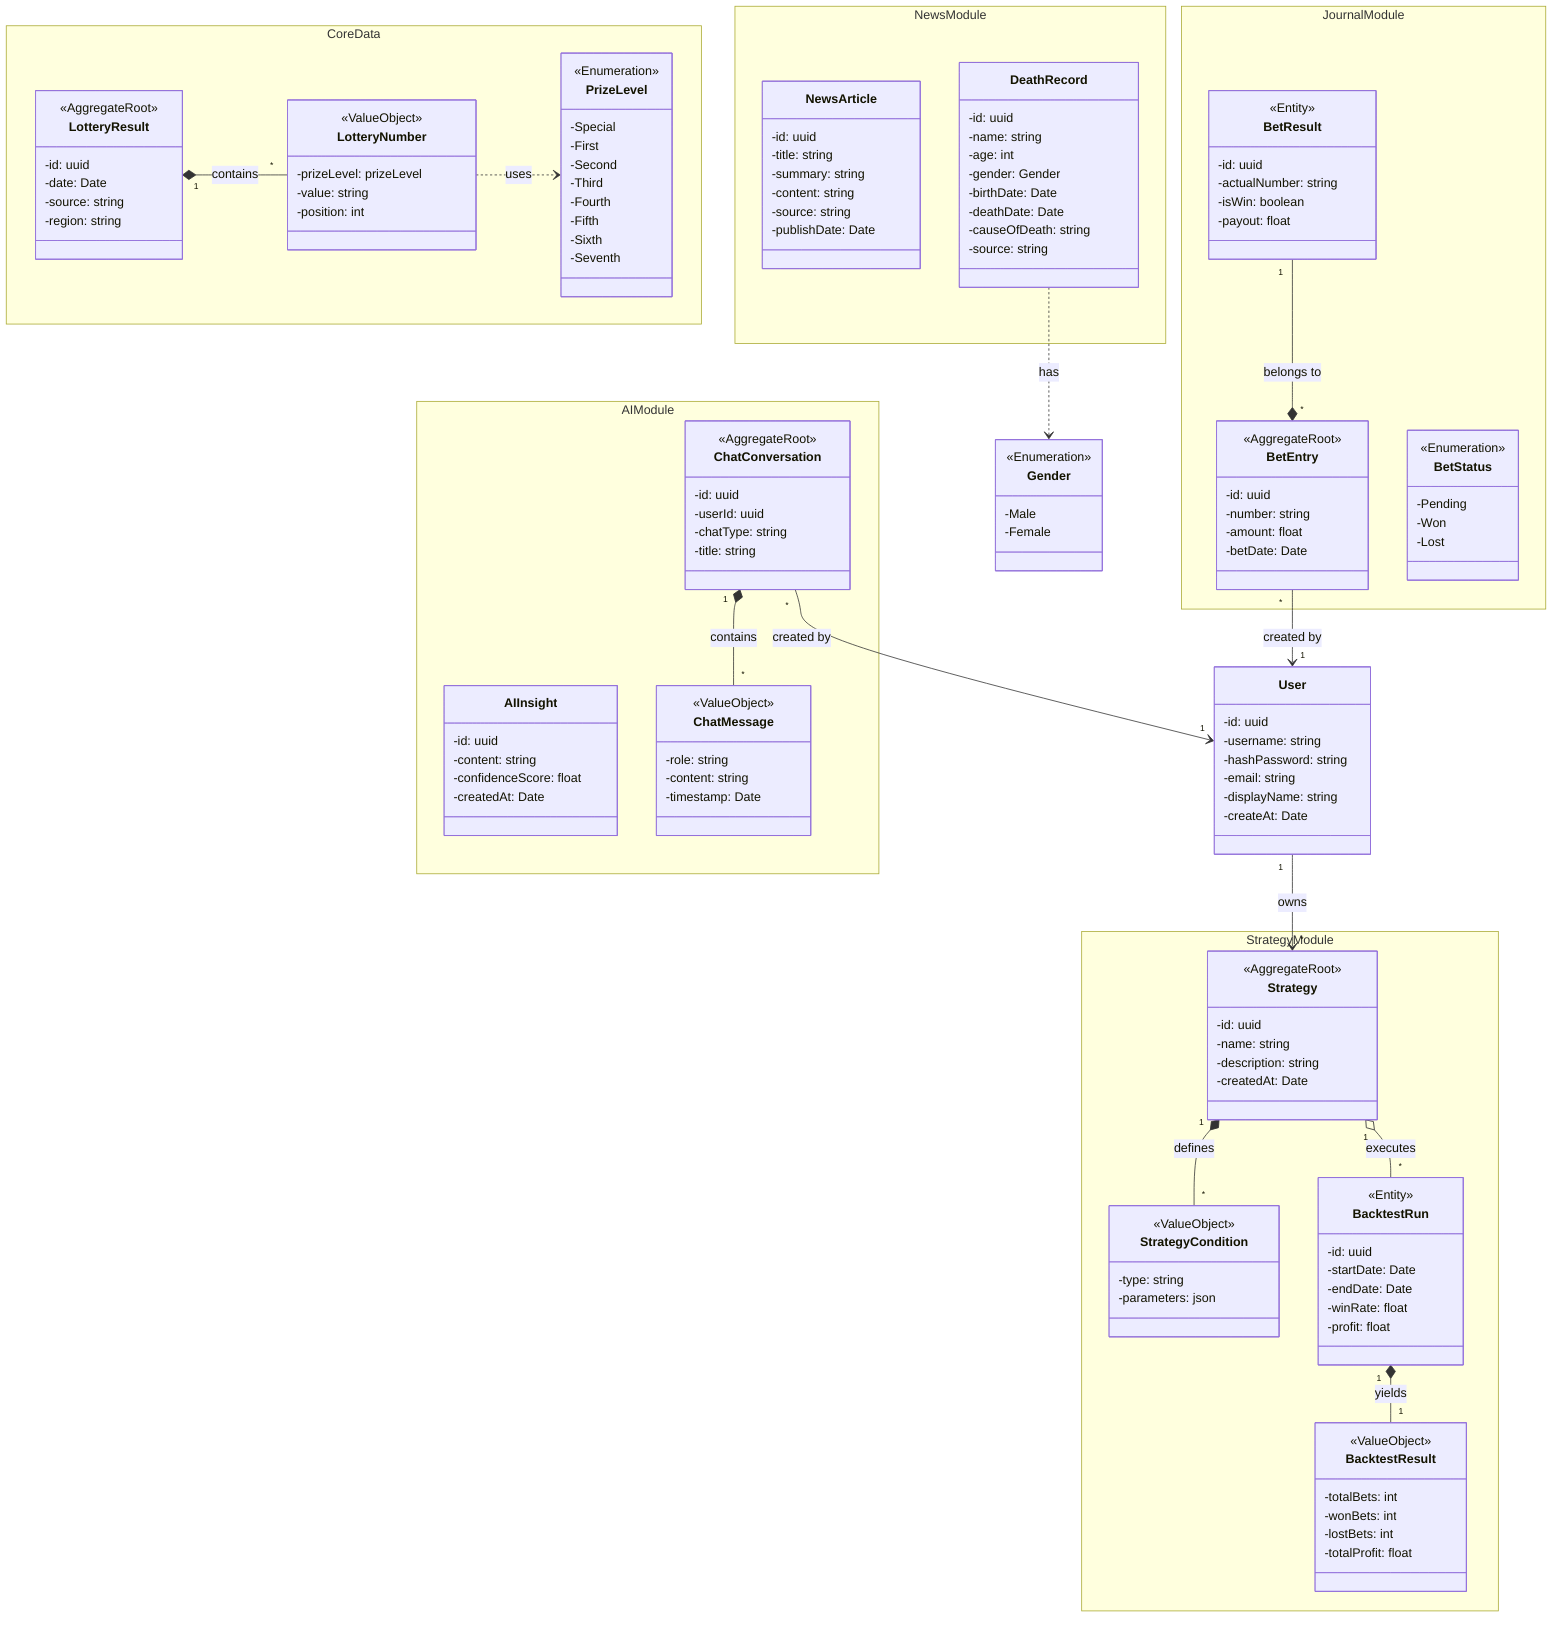
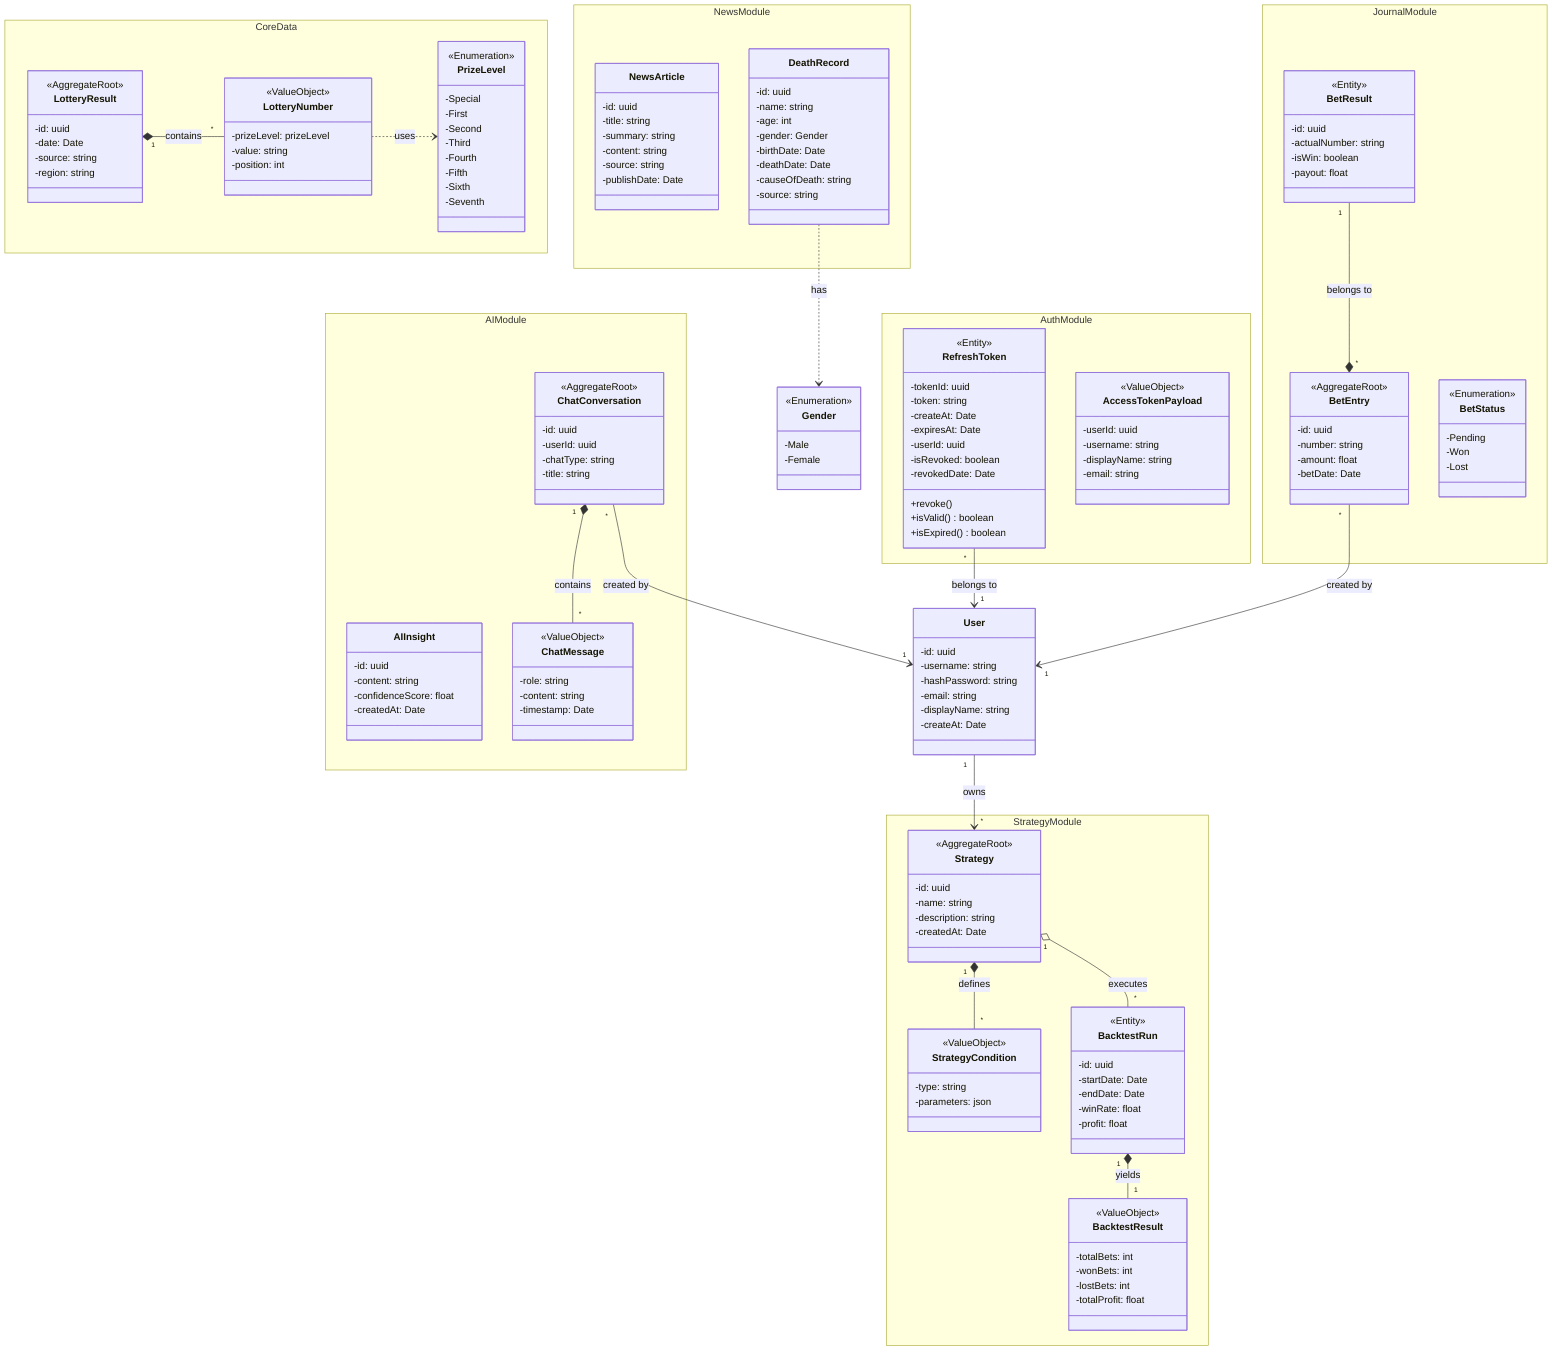
classDiagram
    class User {
        -id: uuid
        -username: string
        -hashPassword: string
        -email: string
        -displayName: string
        -createAt: Date
          }

    class Gender {
        -Male
        -Female
    }

    <<Enumeration>> Gender
+ 
+     namespace AuthModule {
+         class RefreshToken {
+             -tokenId: uuid
+             -token: string
+             -createAt: Date
+             -expiresAt: Date
+             -userId: uuid
+             -isRevoked: boolean
+             -revokedDate: Date
+             +revoke()
+             +isValid() boolean
+             +isExpired() boolean
+         }
+ 
+         class AccessTokenPayload {
+             -userId: uuid
+             -username: string
+             -displayName: string
+             -email: string
+         }
+     }
+ 
+     <<Entity>> RefreshToken
+     <<ValueObject>> AccessTokenPayload
+ 
+     RefreshToken "*" --> "1" User : belongs to

    namespace CoreData {
        class LotteryResult {
            -id: uuid
            -date: Date
            -source: string
            -region: string
        }

        class LotteryNumber {
            -prizeLevel: prizeLevel
            -value: string
            -position: int
        }

        class PrizeLevel {
            -Special
            -First
            -Second
            -Third
            -Fourth
            -Fifth
            -Sixth
            -Seventh
        }
    }

    <<AggregateRoot>> LotteryResult
    <<ValueObject>> LotteryNumber
    <<Enumeration>> PrizeLevel

    LotteryResult "1" *-- "*" LotteryNumber : contains
    LotteryNumber ..> PrizeLevel : uses

    namespace NewsModule {
        class NewsArticle {
            -id: uuid
            -title: string
            -summary: string
            -content: string
            -source: string
            -publishDate: Date
        }
        class DeathRecord {
            -id: uuid
            -name: string
            -age: int
            -gender: Gender
            -birthDate: Date
            -deathDate: Date
            -causeOfDeath: string
            -source: string
        }
    }

    DeathRecord ..> Gender : has

    namespace StrategyModule {
        class Strategy {
            -id: uuid
            -name: string
            -description: string
            -createdAt: Date
        }
        class StrategyCondition {
            -type: string
            -parameters: json
        }
        class BacktestRun {
            -id: uuid
            -startDate: Date
            -endDate: Date
            -winRate: float
            -profit: float
        }
        class BacktestResult {
            -totalBets: int
            -wonBets: int
            -lostBets: int
            -totalProfit: float
        }
    }

    <<AggregateRoot>> Strategy
    <<ValueObject>> StrategyCondition
    <<Entity>> BacktestRun
    <<ValueObject>> BacktestResult

    Strategy "1" *-- "*" StrategyCondition : defines
    Strategy "1" o-- "*" BacktestRun : executes
    BacktestRun "1" *-- "1" BacktestResult : yields
    User "1" --> "*" Strategy : owns


    namespace JournalModule {
        class BetEntry {
            -id: uuid
            -number: string
            -amount: float
            -betDate: Date
        }
        class BetResult {
            -id: uuid
            -actualNumber: string
            -isWin: boolean
            -payout: float
        }
        class BetStatus {
            -Pending
            -Won
            -Lost
        }
    }

    <<AggregateRoot>> BetEntry
    <<Entity>> BetResult
    <<Enumeration>> BetStatus

    BetResult "1" --* "*" BetEntry : belongs to
    BetEntry "*" --> "1" User : created by

    namespace AIModule {
        class AIInsight {
            -id: uuid
            -content: string
            -confidenceScore: float
            -createdAt: Date
        }
        class ChatConversation {
            <<AggregateRoot>>
            -id: uuid
            -userId: uuid
            -chatType: string
            -title: string
        }
        class ChatMessage {
            <<ValueObject>>
            -role: string
            -content: string
            -timestamp: Date
        }
    }

    ChatConversation "1" *-- "*" ChatMessage : contains
    ChatConversation "*" --> "1" User : created by

